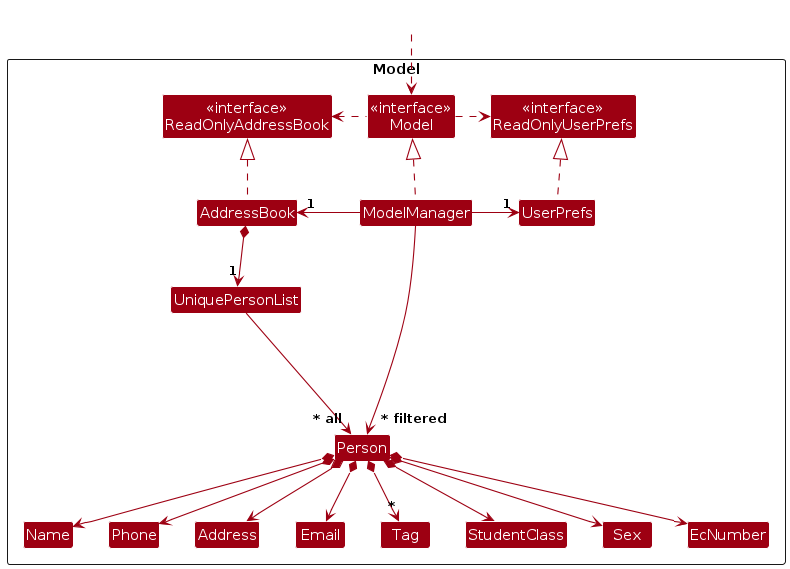
Above: diagrams/ModelClassDiagram.png in AY2425S1-CS2103-F12-4/tp (PlantUML), before the change. Its source is kept beside it as diagrams/ModelClassDiagram.puml.
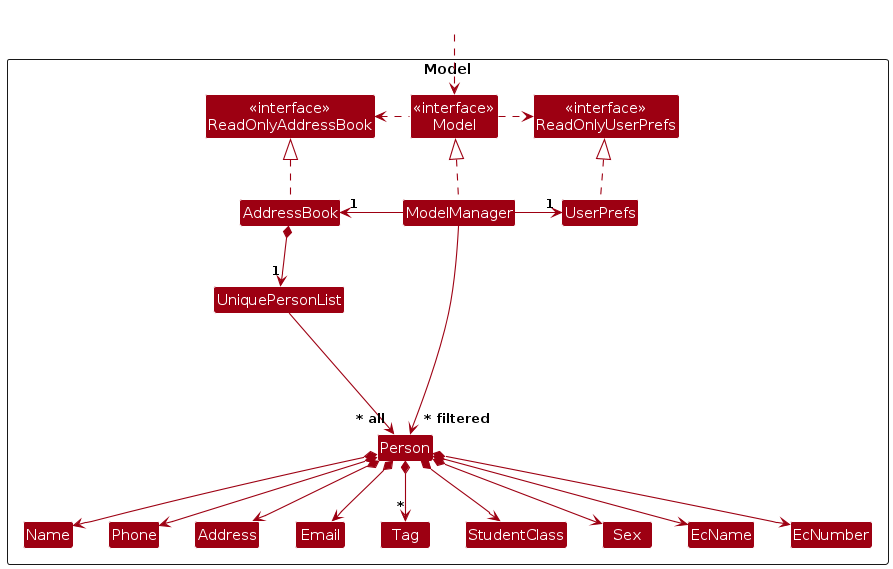
The same file after the commit.

Diff of the diagram source:
```diff
@@ -21,6 +21,7 @@
 Class Tag
 Class StudentClass
 Class Sex
+Class EcName
 Class EcNumber
 
 Class I #FFFFFF
@@ -47,6 +48,7 @@
 Person *--> "*" Tag
 Person *--> StudentClass
 Person *--> Sex
+Person *--> EcName
 Person *--> EcNumber
 
 Person -[hidden]up--> I
```
